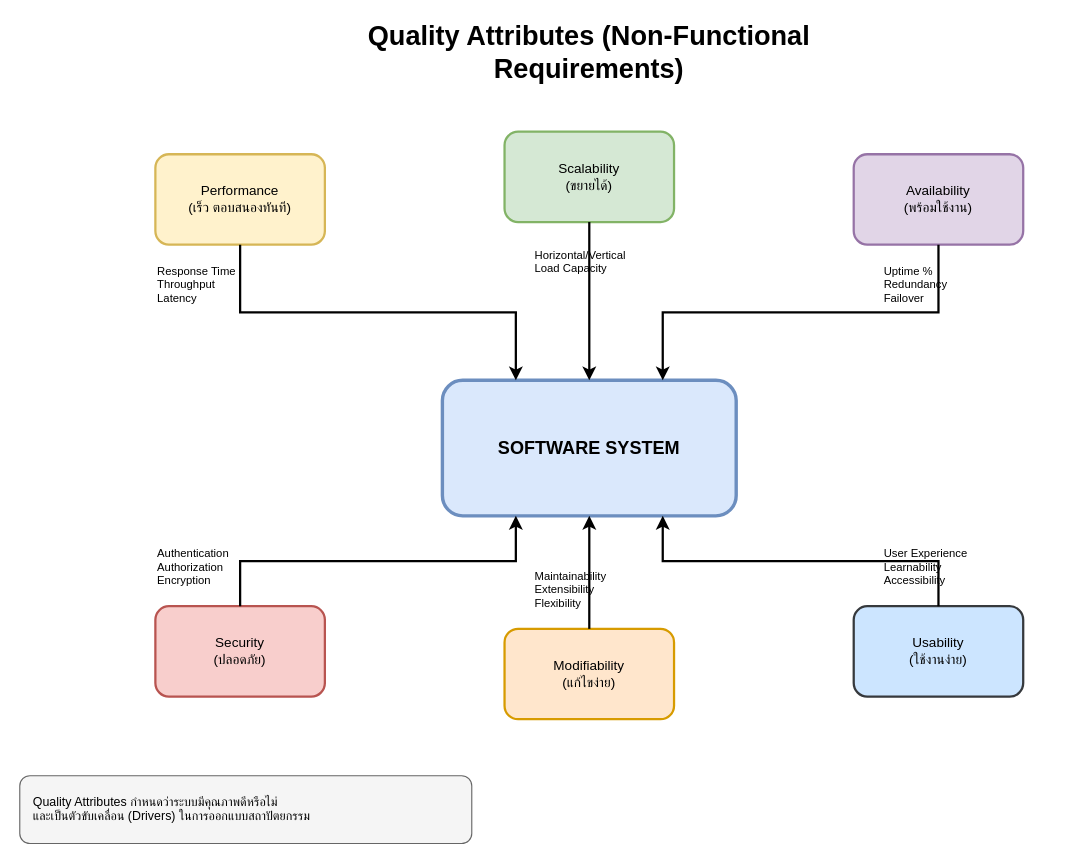
Before: page "diagram1_quality_attributes_overview" (1 of 5) of week2/engse207_week2.drawio in se-rmutl/engse207, a draw.io diagram. Source tidied: cells renumbered, new cells numbered last; positions are measured from the earlier drawing's top-left corner, leaving out a move shared by most shapes. Both pictures are drawn from the tidied source at 113%, with x=0, y=0 at pixel (19, 29).
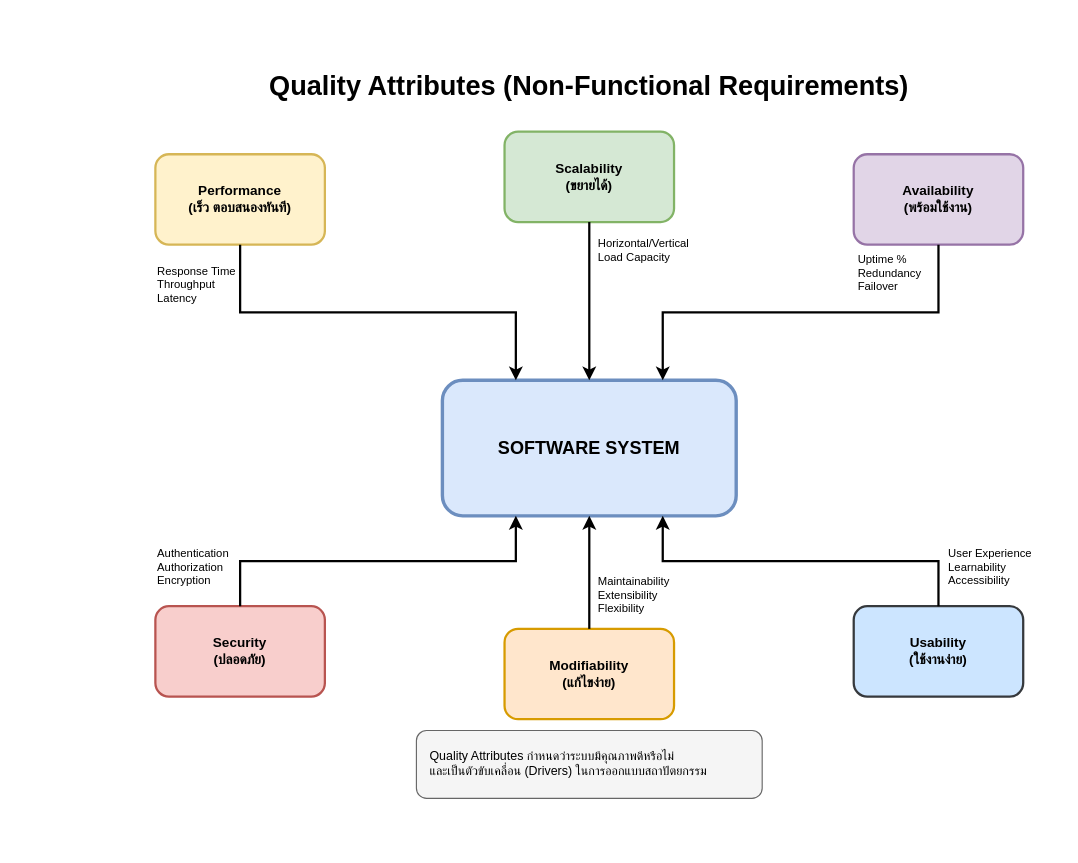
After the change.

Diff of the diagram source:
```diff
@@
     <mxCell id="2" value="Quality Attributes (Non-Functional Requirements)" style="text;html=1;strokeColor=none;fillColor=none;align=center;verticalAlign=middle;whiteSpace=wrap;rounded=0;fontSize=24;fontStyle=1;" parent="1" vertex="1">
-      <mxGeometry x="254" width="500" height="40" as="geometry" />
+      <mxGeometry x="213" y="30" width="582" height="40" as="geometry" />
     </mxCell>
@@
-    <mxCell id="4" value="Performance&#10;(เร็ว ตอบสนองทันที)" style="rounded=1;whiteSpace=wrap;html=1;fontSize=12;fillColor=#fff2cc;strokeColor=#d6b656;strokeWidth=2;" parent="1" vertex="1">
+    <mxCell id="4" value="Performance&#10;(เร็ว ตอบสนองทันที)" style="rounded=1;whiteSpace=wrap;html=1;fontSize=12;fillColor=#fff2cc;strokeColor=#d6b656;strokeWidth=2;fontStyle=1;" parent="1" vertex="1">
       <mxGeometry x="120" y="110" width="150" height="80" as="geometry" />
     </mxCell>
@@
-    <mxCell id="7" value="Scalability&#10;(ขยายได้)" style="rounded=1;whiteSpace=wrap;html=1;fontSize=12;fillColor=#d5e8d4;strokeColor=#82b366;strokeWidth=2;" parent="1" vertex="1">
+    <mxCell id="7" value="Scalability&#10;(ขยายได้)" style="rounded=1;whiteSpace=wrap;html=1;fontSize=12;fillColor=#d5e8d4;strokeColor=#82b366;strokeWidth=2;fontStyle=1;" parent="1" vertex="1">
       <mxGeometry x="429" y="90" width="150" height="80" as="geometry" />
     </mxCell>
@@
     <mxCell id="9" value="Horizontal/Vertical&#10;Load Capacity" style="text;html=1;strokeColor=none;fillColor=none;align=left;verticalAlign=middle;whiteSpace=wrap;rounded=0;fontSize=10;" parent="1" vertex="1">
-      <mxGeometry x="454" y="180" width="100" height="50" as="geometry" />
+      <mxGeometry x="510" y="170" width="100" height="50" as="geometry" />
     </mxCell>
-    <mxCell id="10" value="Availability&#10;(พร้อมใช้งาน)" style="rounded=1;whiteSpace=wrap;html=1;fontSize=12;fillColor=#e1d5e7;strokeColor=#9673a6;strokeWidth=2;" parent="1" vertex="1">
+    <mxCell id="10" value="Availability&#10;(พร้อมใช้งาน)" style="rounded=1;whiteSpace=wrap;html=1;fontSize=12;fillColor=#e1d5e7;strokeColor=#9673a6;strokeWidth=2;fontStyle=1;" parent="1" vertex="1">
       <mxGeometry x="738" y="110" width="150" height="80" as="geometry" />
     </mxCell>
@@
     <mxCell id="12" value="Uptime %&#10;Redundancy&#10;Failover" style="text;html=1;strokeColor=none;fillColor=none;align=left;verticalAlign=middle;whiteSpace=wrap;rounded=0;fontSize=10;" parent="1" vertex="1">
-      <mxGeometry x="763" y="200" width="100" height="50" as="geometry" />
+      <mxGeometry x="740" y="190" width="100" height="50" as="geometry" />
     </mxCell>
-    <mxCell id="13" value="Security&#10;(ปลอดภัย)" style="rounded=1;whiteSpace=wrap;html=1;fontSize=12;fillColor=#f8cecc;strokeColor=#b85450;strokeWidth=2;" parent="1" vertex="1">
+    <mxCell id="13" value="Security&#10;(ปลอดภัย)" style="rounded=1;whiteSpace=wrap;html=1;fontSize=12;fillColor=#f8cecc;strokeColor=#b85450;strokeWidth=2;fontStyle=1;" parent="1" vertex="1">
       <mxGeometry x="120" y="510" width="150" height="80" as="geometry" />
     </mxCell>
@@
-    <mxCell id="16" value="Modifiability&#10;(แก้ไขง่าย)" style="rounded=1;whiteSpace=wrap;html=1;fontSize=12;fillColor=#ffe6cc;strokeColor=#d79b00;strokeWidth=2;" parent="1" vertex="1">
+    <mxCell id="16" value="Modifiability&#10;(แก้ไขง่าย)" style="rounded=1;whiteSpace=wrap;html=1;fontSize=12;fillColor=#ffe6cc;strokeColor=#d79b00;strokeWidth=2;fontStyle=1;" parent="1" vertex="1">
       <mxGeometry x="429" y="530" width="150" height="80" as="geometry" />
     </mxCell>
@@
     <mxCell id="18" value="Maintainability&#10;Extensibility&#10;Flexibility" style="text;html=1;strokeColor=none;fillColor=none;align=left;verticalAlign=middle;whiteSpace=wrap;rounded=0;fontSize=10;" parent="1" vertex="1">
-      <mxGeometry x="454" y="470" width="100" height="50" as="geometry" />
+      <mxGeometry x="510" y="475" width="100" height="50" as="geometry" />
     </mxCell>
-    <mxCell id="19" value="Usability&#10;(ใช้งานง่าย)" style="rounded=1;whiteSpace=wrap;html=1;fontSize=12;fillColor=#cce5ff;strokeColor=#36393d;strokeWidth=2;" parent="1" vertex="1">
+    <mxCell id="19" value="Usability&#10;(ใช้งานง่าย)" style="rounded=1;whiteSpace=wrap;html=1;fontSize=12;fillColor=#cce5ff;strokeColor=#36393d;strokeWidth=2;fontStyle=1;" parent="1" vertex="1">
       <mxGeometry x="738" y="510" width="150" height="80" as="geometry" />
     </mxCell>
@@
     <mxCell id="21" value="User Experience&#10;Learnability&#10;Accessibility" style="text;html=1;strokeColor=none;fillColor=none;align=left;verticalAlign=middle;whiteSpace=wrap;rounded=0;fontSize=10;" parent="1" vertex="1">
-      <mxGeometry x="763" y="450" width="100" height="50" as="geometry" />
+      <mxGeometry x="820" y="450" width="100" height="50" as="geometry" />
     </mxCell>
     <mxCell id="22" value="Quality Attributes กำหนดว่าระบบมีคุณภาพดีหรือไม่&#10;และเป็นตัวขับเคลื่อน (Drivers) ในการออกแบบสถาปัตยกรรม" style="rounded=1;whiteSpace=wrap;html=1;fontSize=11;fillColor=#f5f5f5;strokeColor=#666666;align=left;verticalAlign=top;spacingLeft=10;spacingTop=10;" parent="1" vertex="1">
-      <mxGeometry y="660" width="400" height="60" as="geometry" />
+      <mxGeometry x="351" y="620" width="306" height="60" as="geometry" />
     </mxCell>
```
